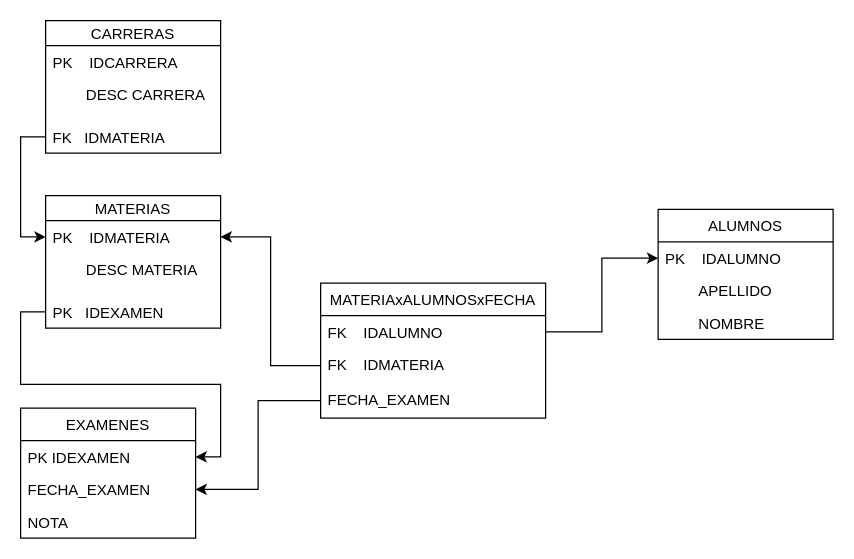
Before: TPA1B V2.drawio in MATUKE23/LABIII, a draw.io diagram. Source tidied: cells renumbered, new cells numbered last; positions are measured from the earlier drawing's top-left corner, leaving out a move shared by most shapes. Both pictures are drawn from the tidied source at 125%, with x=0, y=0 at pixel (20, 20).
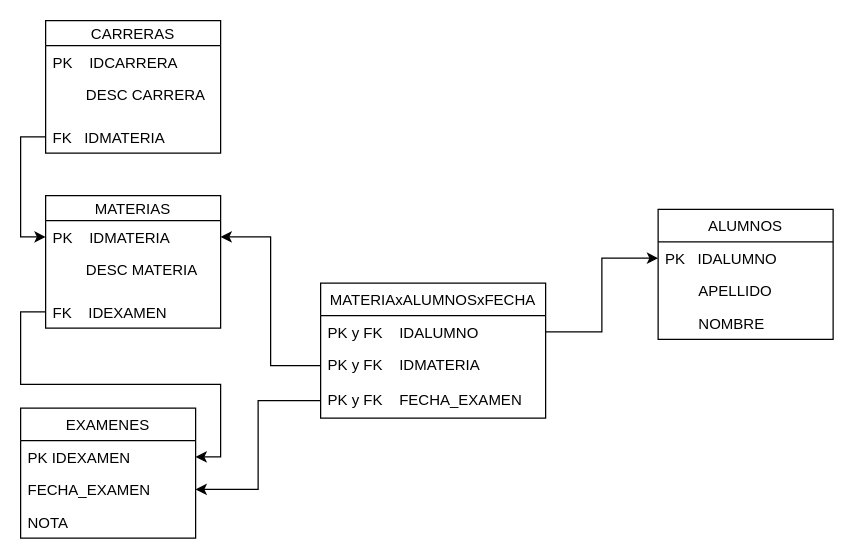
Above is the later version.

The change refers to these unchanged cells:
```xml
<mxCell id="6" value="ALUMNOS" style="swimlane;fontStyle=0;horizontal=1;startSize=26;fillColor=none;" parent="1" vertex="1">
  <mxGeometry x="510" y="151" width="140" height="104" as="geometry" />
</mxCell>
<mxCell id="15" value="MATERIAS" style="swimlane;fontStyle=0;horizontal=1;startSize=20;fillColor=none;" parent="1" vertex="1">
  <mxGeometry x="20" y="140" width="140" height="106" as="geometry" />
</mxCell>
<mxCell id="19" value="MATERIAxALUMNOSxFECHA" style="swimlane;fontStyle=0;horizontal=1;startSize=26;fillColor=none;" parent="1" vertex="1">
  <mxGeometry x="240" y="210" width="180" height="108" as="geometry" />
</mxCell>
```

The edit, as a diff of the source:
```diff
@@
-    <mxCell id="7" value="PK    IDALUMNO" style="text;strokeColor=none;fillColor=none;align=left;verticalAlign=top;spacingLeft=4;spacingRight=4;overflow=hidden;points=[[0,0.5],[1,0.5]];portConstraint=eastwest;" parent="6" vertex="1">
+    <mxCell id="7" value="PK   IDALUMNO" style="text;strokeColor=none;fillColor=none;align=left;verticalAlign=top;spacingLeft=4;spacingRight=4;overflow=hidden;points=[[0,0.5],[1,0.5]];portConstraint=eastwest;" parent="6" vertex="1">
       <mxGeometry y="26" width="140" height="26" as="geometry" />
     </mxCell>
@@
-    <mxCell id="18" value="PK   IDEXAMEN" style="text;strokeColor=none;fillColor=none;align=left;verticalAlign=top;spacingLeft=4;spacingRight=4;overflow=hidden;points=[[0,0.5],[1,0.5]];portConstraint=eastwest;" parent="15" vertex="1">
+    <mxCell id="18" value="FK    IDEXAMEN" style="text;strokeColor=none;fillColor=none;align=left;verticalAlign=top;spacingLeft=4;spacingRight=4;overflow=hidden;points=[[0,0.5],[1,0.5]];portConstraint=eastwest;" parent="15" vertex="1">
       <mxGeometry y="80" width="140" height="26" as="geometry" />
     </mxCell>
@@
-    <mxCell id="20" value="FK    IDALUMNO" style="text;strokeColor=none;fillColor=none;align=left;verticalAlign=top;spacingLeft=4;spacingRight=4;overflow=hidden;points=[[0,0.5],[1,0.5]];portConstraint=eastwest;" parent="19" vertex="1">
+    <mxCell id="20" value="PK y FK    IDALUMNO" style="text;strokeColor=none;fillColor=none;align=left;verticalAlign=top;spacingLeft=4;spacingRight=4;overflow=hidden;points=[[0,0.5],[1,0.5]];portConstraint=eastwest;" parent="19" vertex="1">
       <mxGeometry y="26" width="180" height="26" as="geometry" />
     </mxCell>
-    <mxCell id="21" value="FK    IDMATERIA" style="text;strokeColor=none;fillColor=none;align=left;verticalAlign=top;spacingLeft=4;spacingRight=4;overflow=hidden;points=[[0,0.5],[1,0.5]];portConstraint=eastwest;" parent="19" vertex="1">
+    <mxCell id="21" value="PK y FK    IDMATERIA" style="text;strokeColor=none;fillColor=none;align=left;verticalAlign=top;spacingLeft=4;spacingRight=4;overflow=hidden;points=[[0,0.5],[1,0.5]];portConstraint=eastwest;" parent="19" vertex="1">
       <mxGeometry y="52" width="180" height="28" as="geometry" />
     </mxCell>
-    <mxCell id="22" value="FECHA_EXAMEN" style="text;strokeColor=none;fillColor=none;align=left;verticalAlign=top;spacingLeft=4;spacingRight=4;overflow=hidden;points=[[0,0.5],[1,0.5]];portConstraint=eastwest;" parent="19" vertex="1">
+    <mxCell id="22" value="PK y FK    FECHA_EXAMEN" style="text;strokeColor=none;fillColor=none;align=left;verticalAlign=top;spacingLeft=4;spacingRight=4;overflow=hidden;points=[[0,0.5],[1,0.5]];portConstraint=eastwest;" parent="19" vertex="1">
       <mxGeometry y="80" width="180" height="28" as="geometry" />
     </mxCell>
```
